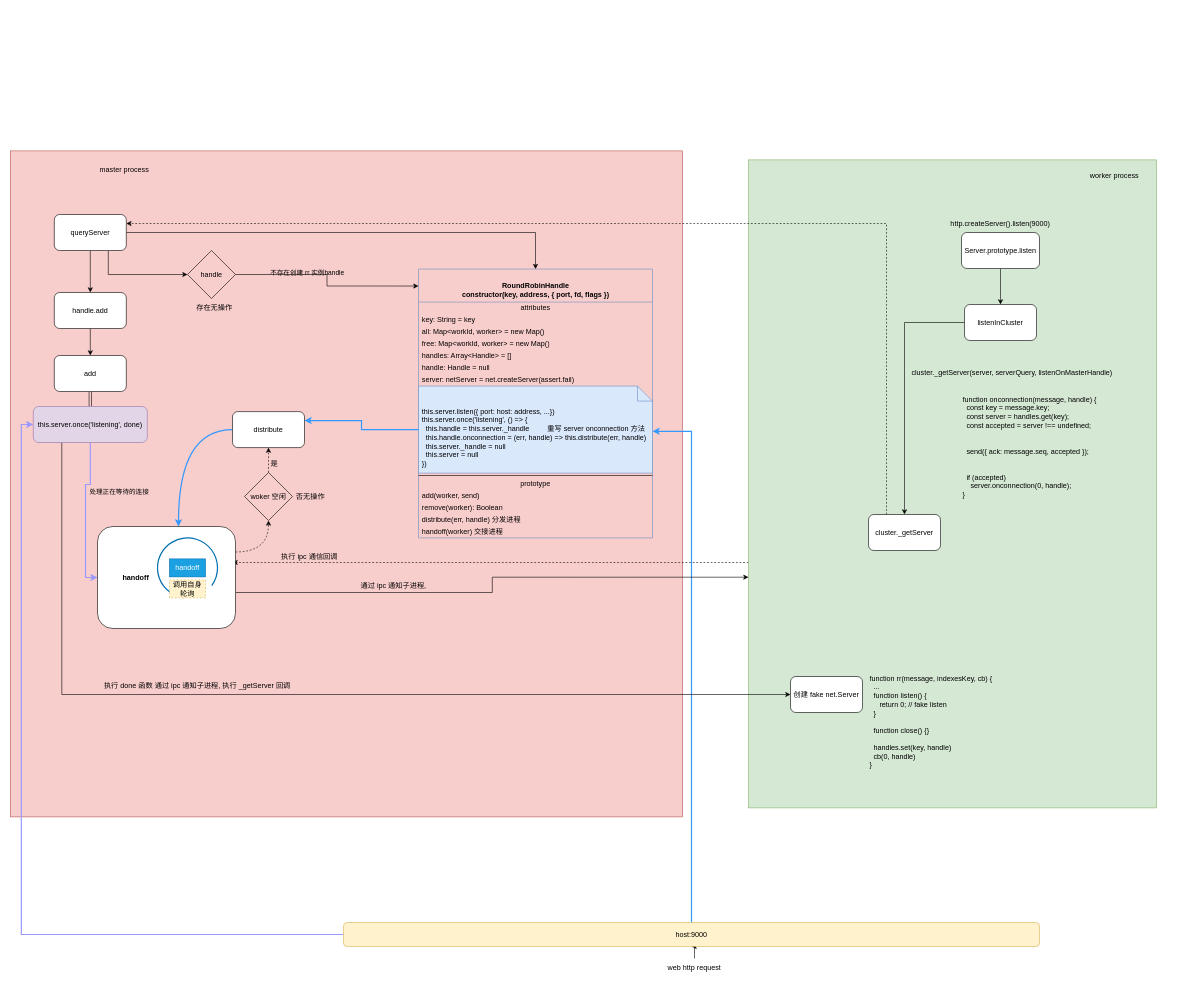
Before: http.createServer in cluster.drawio in sfyr111/draw, a draw.io diagram. Source tidied: cells renumbered, new cells numbered last; positions are measured from the earlier drawing's top-left corner, leaving out a move shared by most shapes. Both pictures are drawn from the tidied source at 60%, with x=0, y=0 at pixel (10, 151).
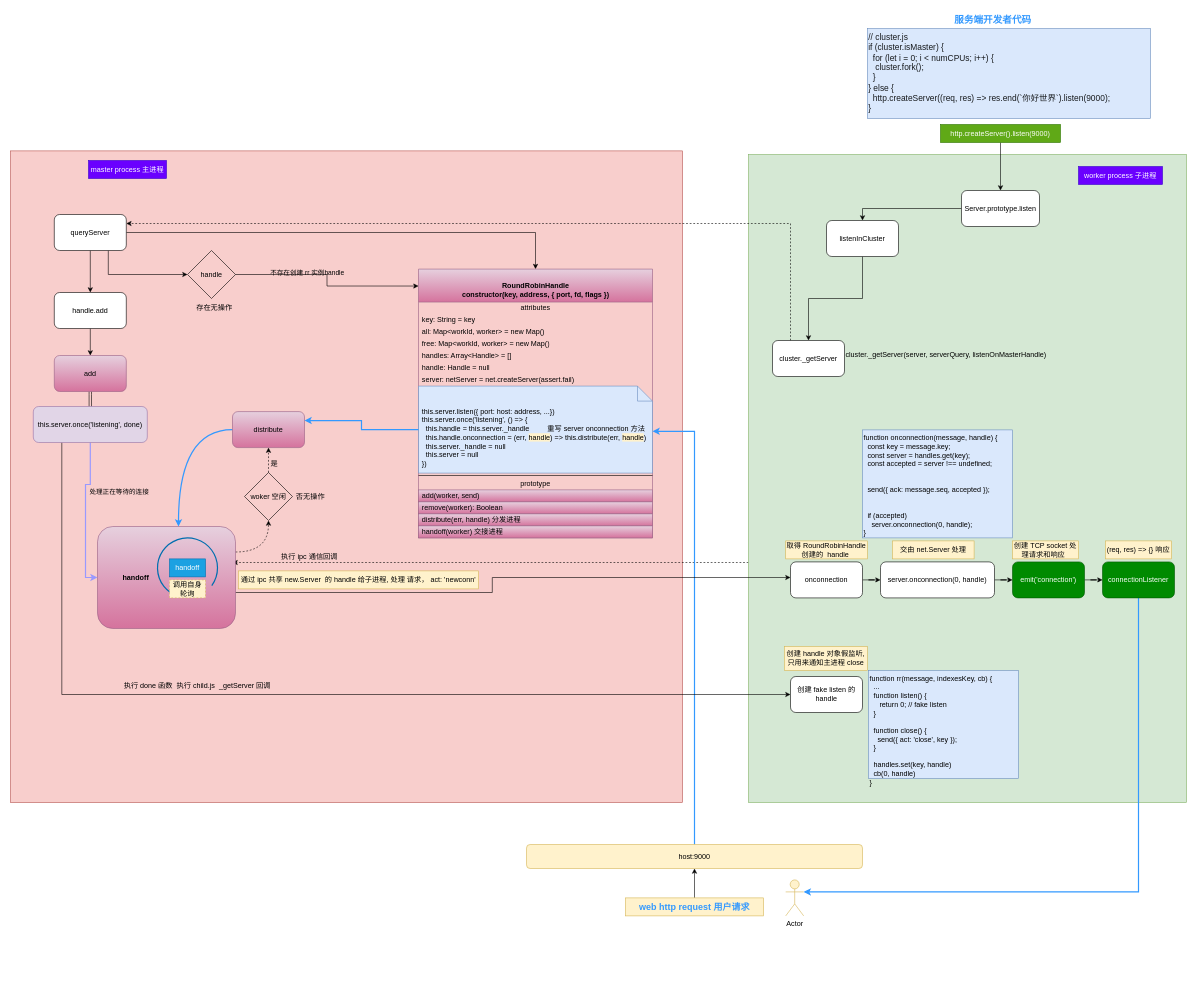
After the change.

The change refers to these unchanged cells:
```xml
<mxCell id="56" value="&lt;span&gt;this.server.once('listening', done)&lt;/span&gt;" style="rounded=1;whiteSpace=wrap;html=1;fillColor=#e1d5e7;strokeColor=#9673a6;" parent="1" vertex="1">
  <mxGeometry x="38" y="426" width="190" height="60" as="geometry" />
</mxCell>
```

The edit, as a diff of the source:
```diff
@@
     <mxCell id="2" style="rounded=0;whiteSpace=wrap;html=1;labelBackgroundColor=none;fillColor=#f8cecc;strokeColor=#b85450;" parent="1" vertex="1">
-      <mxGeometry width="1120" height="1110" as="geometry" />
+      <mxGeometry width="1120" height="1086" as="geometry" />
     </mxCell>
@@
     <mxCell id="4" style="rounded=0;whiteSpace=wrap;html=1;labelBackgroundColor=none;fillColor=#d5e8d4;strokeColor=#82b366;" parent="1" vertex="1">
-      <mxGeometry x="1230" y="15" width="680" height="1080" as="geometry" />
+      <mxGeometry x="1230" y="6" width="730" height="1080" as="geometry" />
     </mxCell>
@@
     <mxCell id="6" value="&lt;span&gt;Server.prototype.listen&lt;/span&gt;" style="rounded=1;whiteSpace=wrap;html=1;" parent="1" vertex="1">
-      <mxGeometry x="1585" y="136" width="130" height="60" as="geometry" />
+      <mxGeometry x="1585" y="66" width="130" height="60" as="geometry" />
     </mxCell>
+    <mxCell id="71" style="edgeStyle=orthogonalEdgeStyle;rounded=0;jettySize=auto;html=1;fontColor=#FFE599;strokeColor=#000000;strokeWidth=1;" parent="1" edge="1" source="7" target="6">
+      <mxGeometry relative="1" as="geometry" />
+    </mxCell>
-    <mxCell id="7" value="http.createServer().listen(9000)" style="text;html=1;strokeColor=none;fillColor=none;align=center;verticalAlign=middle;whiteSpace=wrap;rounded=0;" parent="1" vertex="1">
-      <mxGeometry x="1550" y="106" width="200" height="30" as="geometry" />
+    <mxCell id="7" value="http.createServer().listen(9000)" style="text;html=1;strokeColor=#2D7600;fillColor=#60a917;align=center;verticalAlign=middle;whiteSpace=wrap;rounded=0;fontColor=#ffffff;" parent="1" vertex="1">
+      <mxGeometry x="1550" y="-44" width="200" height="30" as="geometry" />
     </mxCell>
@@
     <mxCell id="9" value="listenInCluster" style="rounded=1;whiteSpace=wrap;html=1;" parent="1" vertex="1">
-      <mxGeometry x="1590" y="256" width="120" height="60" as="geometry" />
+      <mxGeometry x="1360" y="116" width="120" height="60" as="geometry" />
     </mxCell>
@@
     <mxCell id="11" value="cluster._getServer" style="rounded=1;whiteSpace=wrap;html=1;" parent="1" vertex="1">
-      <mxGeometry x="1430" y="606" width="120" height="60" as="geometry" />
+      <mxGeometry x="1270" y="316" width="120" height="60" as="geometry" />
     </mxCell>
     <mxCell id="12" value="cluster._getServer(server, serverQuery, listenOnMasterHandle)" style="text;whiteSpace=wrap;html=1;" parent="1" vertex="1">
-      <mxGeometry x="1500" y="356" width="360" height="30" as="geometry" />
+      <mxGeometry x="1390" y="326" width="360" height="30" as="geometry" />
     </mxCell>
-    <mxCell id="13" value="worker process" style="text;html=1;strokeColor=none;fillColor=none;align=center;verticalAlign=middle;whiteSpace=wrap;rounded=0;labelBackgroundColor=none;fontColor=none;" parent="1" vertex="1">
-      <mxGeometry x="1780" y="26" width="120" height="30" as="geometry" />
+    <mxCell id="13" value="worker process 子进程" style="text;html=1;strokeColor=#3700CC;fillColor=#6a00ff;align=center;verticalAlign=middle;whiteSpace=wrap;rounded=0;labelBackgroundColor=none;fontColor=#ffffff;" parent="1" vertex="1">
+      <mxGeometry x="1780" y="26" width="140" height="30" as="geometry" />
     </mxCell>
@@
-    <mxCell id="18" value="master process" style="text;html=1;strokeColor=none;fillColor=none;align=center;verticalAlign=middle;whiteSpace=wrap;rounded=0;labelBackgroundColor=none;fontColor=none;" parent="1" vertex="1">
-      <mxGeometry x="130" y="16" width="120" height="30" as="geometry" />
+    <mxCell id="18" value="master process 主进程" style="text;html=1;strokeColor=#3700CC;fillColor=#6a00ff;align=center;verticalAlign=middle;whiteSpace=wrap;rounded=0;labelBackgroundColor=none;fontColor=#ffffff;" parent="1" vertex="1">
+      <mxGeometry x="130" y="16" width="130" height="30" as="geometry" />
     </mxCell>
@@
-    <mxCell id="22" value="web http request" style="text;html=1;strokeColor=none;fillColor=none;align=center;verticalAlign=middle;whiteSpace=wrap;rounded=0;labelBackgroundColor=none;fontColor=none;" parent="1" vertex="1">
-      <mxGeometry x="1025" y="1346" width="230" height="30" as="geometry" />
+    <mxCell id="22" value="web http request 用户请求" style="text;html=1;strokeColor=#d6b656;fillColor=#fff2cc;align=center;verticalAlign=middle;whiteSpace=wrap;rounded=0;labelBackgroundColor=none;fontStyle=1;fontSize=15;fontColor=#3399FF;" parent="1" vertex="1">
+      <mxGeometry x="1025" y="1245" width="230" height="30" as="geometry" />
     </mxCell>
@@
-    <mxCell id="24" style="edgeStyle=orthogonalEdgeStyle;rounded=0;jettySize=auto;html=1;entryX=0;entryY=0.5;entryDx=0;entryDy=0;strokeWidth=2;strokeColor=#9999FF;" parent="1" edge="1" source="25" target="56">
-      <mxGeometry relative="1" as="geometry" />
-    </mxCell>
     <mxCell id="25" value="host:9000" style="rounded=1;whiteSpace=wrap;html=1;labelBackgroundColor=none;fillColor=#fff2cc;strokeColor=#d6b656;" parent="1" vertex="1">
-      <mxGeometry x="555" y="1286" width="1160" height="40" as="geometry" />
+      <mxGeometry x="860" y="1156" width="560" height="40" as="geometry" />
     </mxCell>
-    <mxCell id="26" value="function onconnection(message, handle) {&#10;  const key = message.key;&#10;  const server = handles.get(key);&#10;  const accepted = server !== undefined;&#10;&#10;&#10;  send({ ack: message.seq, accepted });&#10;&#10;&#10;  if (accepted)&#10;    server.onconnection(0, handle);&#10;}" style="text;whiteSpace=wrap;html=1;fontColor=none;" parent="1" vertex="1">
-      <mxGeometry x="1585" y="401" width="250" height="180" as="geometry" />
+    <mxCell id="26" value="function onconnection(message, handle) {&#10;  const key = message.key;&#10;  const server = handles.get(key);&#10;  const accepted = server !== undefined;&#10;&#10;&#10;  send({ ack: message.seq, accepted });&#10;&#10;&#10;  if (accepted)&#10;    server.onconnection(0, handle);&#10;}" style="text;whiteSpace=wrap;html=1;fillColor=#dae8fc;strokeColor=#6c8ebf;" parent="1" vertex="1">
+      <mxGeometry x="1420" y="465" width="250" height="180" as="geometry" />
     </mxCell>
-    <mxCell id="27" value="&lt;br&gt;&lt;b&gt;RoundRobinHandle&lt;br&gt;&lt;/b&gt;&lt;b&gt;constructor(key, address, { port, fd, flags })&lt;br&gt;&lt;/b&gt;" style="swimlane;fontStyle=0;align=center;verticalAlign=top;horizontal=1;startSize=55;html=1;fillColor=none;strokeColor=#6c8ebf;" parent="1" vertex="1">
+    <mxCell id="27" value="&lt;br&gt;&lt;b&gt;RoundRobinHandle&lt;br&gt;&lt;/b&gt;&lt;b&gt;constructor(key, address, { port, fd, flags })&lt;br&gt;&lt;/b&gt;" style="swimlane;fontStyle=0;align=center;verticalAlign=top;horizontal=1;startSize=55;html=1;fillColor=#e6d0de;strokeColor=#996185;gradientColor=#d5739d;" parent="1" vertex="1">
       <mxGeometry x="680" y="197" width="390" height="448" as="geometry" />
     </mxCell>
@@
-    <mxCell id="35" value="this.server.listen({ port: host: address, ...})&amp;nbsp; &amp;nbsp; &amp;nbsp; &amp;nbsp;&amp;nbsp;&lt;br&gt;this.server.once('listening', () =&amp;gt; {&lt;br&gt;&amp;nbsp; this.handle = this.server._handle&amp;nbsp; &amp;nbsp; &amp;nbsp; &amp;nbsp; &amp;nbsp;重写 server onconnection 方法&lt;br&gt;&amp;nbsp; this.handle.onconnection = (err, handle) =&amp;gt; this.distribute(err, handle)&lt;br&gt;&amp;nbsp; this.server._handle = null&lt;br&gt;&amp;nbsp; this.server = null&lt;br&gt;})" style="shape=note2;boundedLbl=1;whiteSpace=wrap;html=1;size=25;verticalAlign=top;align=left;horizontal=1;labelPosition=center;verticalLabelPosition=middle;labelBorderColor=none;spacingLeft=4;spacingTop=4;fillColor=#dae8fc;strokeColor=#6c8ebf;" parent="27" vertex="1">
+    <mxCell id="35" value="this.server.listen({ port: host: address, ...})&amp;nbsp; &amp;nbsp; &amp;nbsp; &amp;nbsp;&amp;nbsp;&lt;br&gt;this.server.once('listening', () =&amp;gt; {&lt;br&gt;&amp;nbsp; this.handle = this.server._handle&amp;nbsp; &amp;nbsp; &amp;nbsp; &amp;nbsp; &amp;nbsp;重写 server onconnection 方法&lt;br&gt;&amp;nbsp; this.handle.onconnection = (err, &lt;span style=&quot;background-color: rgb(255 , 242 , 204)&quot;&gt;handle&lt;/span&gt;) =&amp;gt; this.distribute(err, &lt;span style=&quot;background-color: rgb(255 , 242 , 204)&quot;&gt;handle&lt;/span&gt;)&lt;br&gt;&amp;nbsp; this.server._handle = null&lt;br&gt;&amp;nbsp; this.server = null&lt;br&gt;})" style="shape=note2;boundedLbl=1;whiteSpace=wrap;html=1;size=25;verticalAlign=top;align=left;horizontal=1;labelPosition=center;verticalLabelPosition=middle;labelBorderColor=none;spacingLeft=4;spacingTop=4;fillColor=#dae8fc;strokeColor=#6c8ebf;" parent="27" vertex="1">
       <mxGeometry y="195" width="390" height="145" as="geometry" />
     </mxCell>
@@
-    <mxCell id="38" value="add(worker, send)" style="text;html=1;strokeColor=none;fillColor=none;align=left;verticalAlign=middle;spacingLeft=4;spacingRight=4;overflow=hidden;" parent="27" vertex="1">
+    <mxCell id="38" value="add(worker, send)" style="text;html=1;strokeColor=#996185;fillColor=#e6d0de;align=left;verticalAlign=middle;spacingLeft=4;spacingRight=4;overflow=hidden;gradientColor=#d5739d;" parent="27" vertex="1">
       <mxGeometry y="368" width="390" height="20" as="geometry" />
     </mxCell>
-    <mxCell id="39" value="remove(worker): Boolean" style="text;html=1;strokeColor=none;fillColor=none;align=left;verticalAlign=middle;spacingLeft=4;spacingRight=4;overflow=hidden;" parent="27" vertex="1">
+    <mxCell id="39" value="remove(worker): Boolean" style="text;html=1;strokeColor=#996185;fillColor=#e6d0de;align=left;verticalAlign=middle;spacingLeft=4;spacingRight=4;overflow=hidden;gradientColor=#d5739d;" parent="27" vertex="1">
       <mxGeometry y="388" width="390" height="20" as="geometry" />
     </mxCell>
-    <mxCell id="40" value="distribute(err, handle) 分发进程" style="text;html=1;strokeColor=none;fillColor=none;align=left;verticalAlign=middle;spacingLeft=4;spacingRight=4;overflow=hidden;" parent="27" vertex="1">
+    <mxCell id="40" value="distribute(err, handle) 分发进程" style="text;html=1;strokeColor=#996185;fillColor=#e6d0de;align=left;verticalAlign=middle;spacingLeft=4;spacingRight=4;overflow=hidden;gradientColor=#d5739d;" parent="27" vertex="1">
       <mxGeometry y="408" width="390" height="20" as="geometry" />
     </mxCell>
-    <mxCell id="41" value="handoff(worker) 交接进程" style="text;html=1;strokeColor=none;fillColor=none;align=left;verticalAlign=middle;spacingLeft=4;spacingRight=4;overflow=hidden;" parent="27" vertex="1">
+    <mxCell id="41" value="handoff(worker) 交接进程" style="text;html=1;strokeColor=#996185;fillColor=#e6d0de;align=left;verticalAlign=middle;spacingLeft=4;spacingRight=4;overflow=hidden;gradientColor=#d5739d;" parent="27" vertex="1">
       <mxGeometry y="428" width="390" height="20" as="geometry" />
     </mxCell>
@@
-    <mxCell id="43" value="add" style="rounded=1;whiteSpace=wrap;html=1;labelBorderColor=none;" parent="1" vertex="1">
+    <mxCell id="43" value="add" style="rounded=1;whiteSpace=wrap;html=1;labelBorderColor=none;fillColor=#e6d0de;gradientColor=#d5739d;strokeColor=#996185;" parent="1" vertex="1">
       <mxGeometry x="73" y="341" width="120" height="60" as="geometry" />
     </mxCell>
-    <mxCell id="44" style="edgeStyle=orthogonalEdgeStyle;rounded=0;jettySize=auto;html=1;entryX=0;entryY=0.644;entryDx=0;entryDy=0;entryPerimeter=0;strokeColor=#000000;strokeWidth=1;" parent="1" edge="1" source="46" target="4">
+    <mxCell id="44" style="edgeStyle=orthogonalEdgeStyle;rounded=0;jettySize=auto;html=1;strokeColor=#000000;strokeWidth=1;" parent="1" edge="1" source="46" target="73">
       <mxGeometry relative="1" as="geometry">
         <Array as="points">
           <mxPoint x="803" y="736" />
           <mxPoint x="803" y="711" />
         </Array>
       </mxGeometry>
     </mxCell>
@@
-    <mxCell id="46" value="&lt;blockquote style=&quot;margin: 0 0 0 40px ; border: none ; padding: 0px&quot;&gt;&lt;b&gt;handoff&lt;/b&gt;&lt;/blockquote&gt;" style="rounded=1;whiteSpace=wrap;html=1;labelBorderColor=none;align=left;" parent="1" vertex="1">
+    <mxCell id="46" value="&lt;blockquote style=&quot;margin: 0 0 0 40px ; border: none ; padding: 0px&quot;&gt;&lt;b&gt;handoff&lt;/b&gt;&lt;/blockquote&gt;" style="rounded=1;whiteSpace=wrap;html=1;labelBorderColor=none;align=left;fillColor=#e6d0de;gradientColor=#d5739d;strokeColor=#996185;" parent="1" vertex="1">
       <mxGeometry x="145" y="626" width="230" height="170" as="geometry" />
     </mxCell>
@@
-    <mxCell id="48" value="distribute" style="rounded=1;whiteSpace=wrap;html=1;labelBorderColor=none;" parent="1" vertex="1">
+    <mxCell id="48" value="distribute" style="rounded=1;whiteSpace=wrap;html=1;labelBorderColor=none;fillColor=#e6d0de;gradientColor=#d5739d;strokeColor=#996185;" parent="1" vertex="1">
       <mxGeometry x="370" y="434.5" width="120" height="60" as="geometry" />
     </mxCell>
@@
-    <mxCell id="60" value="执行 done 函数 通过 ipc 通知子进程, 执行 _getServer 回调" style="text;html=1;strokeColor=none;fillColor=none;align=center;verticalAlign=middle;whiteSpace=wrap;rounded=0;labelBackgroundColor=none;" parent="1" vertex="1">
+    <mxCell id="60" value="执行 done 函数&amp;nbsp; 执行 child.js&amp;nbsp; _getServer 回调" style="text;html=1;strokeColor=none;fillColor=none;align=center;verticalAlign=middle;whiteSpace=wrap;rounded=0;labelBackgroundColor=none;" parent="1" vertex="1">
       <mxGeometry x="123" y="876" width="377" height="30" as="geometry" />
     </mxCell>
-    <mxCell id="61" value="创建 fake net.Server" style="rounded=1;whiteSpace=wrap;html=1;labelBackgroundColor=none;strokeWidth=1;" parent="1" vertex="1">
+    <mxCell id="61" value="创建 fake listen 的 handle" style="rounded=1;whiteSpace=wrap;html=1;labelBackgroundColor=none;strokeWidth=1;" parent="1" vertex="1">
       <mxGeometry x="1300" y="876" width="120" height="60" as="geometry" />
     </mxCell>
-    <mxCell id="62" value="function rr(message, indexesKey, cb) {&lt;br&gt;&amp;nbsp; ...&lt;br&gt;&amp;nbsp; function listen() {&lt;br&gt;&amp;nbsp; &amp;nbsp; &amp;nbsp;return 0; // fake listen&lt;br&gt;&amp;nbsp; }&lt;br&gt;&lt;br&gt;&amp;nbsp; function close() {}&lt;br&gt;&lt;br&gt;&amp;nbsp; handles.set(key, handle)&lt;br&gt;&amp;nbsp; cb(0, handle)&lt;br&gt;}" style="text;whiteSpace=wrap;html=1;" parent="1" vertex="1">
+    <mxCell id="62" value="function rr(message, indexesKey, cb) {&lt;br&gt;&amp;nbsp; ...&lt;br&gt;&amp;nbsp; function listen() {&lt;br&gt;&amp;nbsp; &amp;nbsp; &amp;nbsp;return 0; // fake listen&lt;br&gt;&amp;nbsp; }&lt;br&gt;&lt;br&gt;&amp;nbsp; function close() {&lt;br&gt;&amp;nbsp; &amp;nbsp;&amp;nbsp;send({ act: 'close', key });&lt;br&gt;&amp;nbsp; }&lt;br&gt;&lt;br&gt;&amp;nbsp; handles.set(key, handle)&lt;br&gt;&amp;nbsp; cb(0, handle)&lt;br&gt;}" style="text;whiteSpace=wrap;html=1;fillColor=#dae8fc;strokeColor=#6c8ebf;" parent="1" vertex="1">
       <mxGeometry x="1430" y="866" width="250" height="180" as="geometry" />
     </mxCell>
-    <mxCell id="63" value="通过 ipc 通知子进程," style="text;html=1;strokeColor=none;fillColor=none;align=center;verticalAlign=middle;whiteSpace=wrap;rounded=0;labelBackgroundColor=none;" parent="1" vertex="1">
-      <mxGeometry x="450" y="710" width="377" height="30" as="geometry" />
+    <mxCell id="63" value="通过 ipc 共享 new.Server&amp;nbsp; 的 handle 给子进程, 处理 请求， act: 'newconn'" style="text;html=1;strokeColor=#d6b656;fillColor=#fff2cc;align=center;verticalAlign=middle;whiteSpace=wrap;rounded=0;labelBackgroundColor=none;" parent="1" vertex="1">
+      <mxGeometry x="380" y="700" width="400" height="30" as="geometry" />
     </mxCell>
@@
+    <mxCell id="72" style="edgeStyle=orthogonalEdgeStyle;rounded=0;jettySize=auto;html=1;fontColor=#FFE599;strokeColor=#000000;strokeWidth=1;" parent="1" edge="1" source="73" target="77">
+      <mxGeometry relative="1" as="geometry" />
+    </mxCell>
+    <mxCell id="73" value="onconnection" style="rounded=1;whiteSpace=wrap;html=1;labelBackgroundColor=none;strokeWidth=1;" parent="1" vertex="1">
+      <mxGeometry x="1300" y="685" width="120" height="60" as="geometry" />
+    </mxCell>
+    <mxCell id="74" value="创建 handle 对象假监听, 只用来通知主进程 close" style="text;html=1;strokeColor=#d6b656;fillColor=#fff2cc;align=center;verticalAlign=middle;whiteSpace=wrap;rounded=0;labelBackgroundColor=none;" parent="1" vertex="1">
+      <mxGeometry x="1290" y="826" width="138" height="40" as="geometry" />
+    </mxCell>
+    <mxCell id="75" value="取得 RoundRobinHandle 创建的&amp;nbsp; handle&amp;nbsp;" style="text;html=1;strokeColor=#d6b656;fillColor=#fff2cc;align=center;verticalAlign=middle;whiteSpace=wrap;rounded=0;labelBackgroundColor=none;" parent="1" vertex="1">
+      <mxGeometry x="1292" y="650" width="136" height="30" as="geometry" />
+    </mxCell>
+    <mxCell id="76" style="edgeStyle=orthogonalEdgeStyle;rounded=0;jettySize=auto;html=1;fontColor=#FFE599;strokeColor=#000000;strokeWidth=1;" parent="1" edge="1" source="77" target="80">
+      <mxGeometry relative="1" as="geometry" />
+    </mxCell>
+    <mxCell id="77" value="server.onconnection(0, handle)" style="rounded=1;whiteSpace=wrap;html=1;labelBackgroundColor=none;strokeWidth=1;" parent="1" vertex="1">
+      <mxGeometry x="1450" y="685" width="190" height="60" as="geometry" />
+    </mxCell>
+    <mxCell id="78" value="交由 net.Server 处理" style="text;html=1;strokeColor=#d6b656;fillColor=#fff2cc;align=center;verticalAlign=middle;whiteSpace=wrap;rounded=0;labelBackgroundColor=none;" parent="1" vertex="1">
+      <mxGeometry x="1470" y="650" width="136" height="30" as="geometry" />
+    </mxCell>
+    <mxCell id="79" style="edgeStyle=orthogonalEdgeStyle;rounded=0;jettySize=auto;html=1;fontColor=#FFE599;strokeColor=#000000;strokeWidth=1;" parent="1" edge="1" source="80" target="82">
+      <mxGeometry relative="1" as="geometry" />
+    </mxCell>
+    <mxCell id="80" value="emit('connection')" style="whiteSpace=wrap;html=1;rounded=1;strokeWidth=1;fillColor=#008a00;strokeColor=#005700;fontColor=#ffffff;" parent="1" vertex="1">
+      <mxGeometry x="1670" y="685" width="120" height="60" as="geometry" />
+    </mxCell>
+    <mxCell id="81" style="edgeStyle=orthogonalEdgeStyle;rounded=0;jettySize=auto;html=1;exitX=0.5;exitY=1;exitDx=0;exitDy=0;entryX=1;entryY=0.3333333333333333;entryDx=0;entryDy=0;entryPerimeter=0;fontSize=15;fontColor=#3399FF;strokeColor=#3399FF;strokeWidth=2;" parent="1" edge="1" source="82" target="85">
+      <mxGeometry relative="1" as="geometry" />
+    </mxCell>
+    <mxCell id="82" value="connectionListener" style="whiteSpace=wrap;html=1;rounded=1;strokeWidth=1;fillColor=#008a00;fontColor=#ffffff;strokeColor=#005700;" parent="1" vertex="1">
+      <mxGeometry x="1820" y="685" width="120" height="60" as="geometry" />
+    </mxCell>
+    <mxCell id="83" value="创建 TCP socket 处理请求和响应&amp;nbsp;&amp;nbsp;" style="text;html=1;strokeColor=#d6b656;fillColor=#fff2cc;align=center;verticalAlign=middle;whiteSpace=wrap;rounded=0;labelBackgroundColor=none;" parent="1" vertex="1">
+      <mxGeometry x="1670" y="650" width="110" height="30" as="geometry" />
+    </mxCell>
+    <mxCell id="84" value="(req, res) =&amp;gt; {} 响应" style="text;html=1;strokeColor=#d6b656;fillColor=#fff2cc;align=center;verticalAlign=middle;whiteSpace=wrap;rounded=0;labelBackgroundColor=none;" parent="1" vertex="1">
+      <mxGeometry x="1825" y="650" width="110" height="30" as="geometry" />
+    </mxCell>
+    <mxCell id="85" value="Actor" style="shape=umlActor;verticalLabelPosition=bottom;verticalAlign=top;html=1;outlineConnect=0;labelBackgroundColor=none;strokeColor=#d6b656;strokeWidth=1;fillColor=#fff2cc;" parent="1" vertex="1">
+      <mxGeometry x="1292" y="1215" width="30" height="60" as="geometry" />
+    </mxCell>
+    <mxCell id="86" value="&lt;span style=&quot;color: rgb(23 , 26 , 29) ; font-size: 14px&quot;&gt;// cluster.js&lt;br&gt;if (cluster.isMaster) {&lt;/span&gt;&lt;br style=&quot;box-sizing: border-box ; color: rgb(23 , 26 , 29) ; font-size: 14px&quot;&gt;&lt;span style=&quot;color: rgb(23 , 26 , 29) ; font-size: 14px&quot;&gt;&amp;nbsp; for (let i = 0; i &amp;lt; numCPUs; i++) {&lt;br&gt;&amp;nbsp; &amp;nbsp;cluster.fork();&lt;/span&gt;&lt;br style=&quot;box-sizing: border-box ; color: rgb(23 , 26 , 29) ; font-size: 14px&quot;&gt;&lt;span style=&quot;color: rgb(23 , 26 , 29) ; font-size: 14px&quot;&gt;&amp;nbsp; }&lt;/span&gt;&lt;br style=&quot;box-sizing: border-box ; color: rgb(23 , 26 , 29) ; font-size: 14px&quot;&gt;&lt;span style=&quot;color: rgb(23 , 26 , 29) ; font-size: 14px&quot;&gt;} else {&lt;/span&gt;&lt;br style=&quot;box-sizing: border-box ; color: rgb(23 , 26 , 29) ; font-size: 14px&quot;&gt;&lt;span style=&quot;color: rgb(23 , 26 , 29) ; font-size: 14px&quot;&gt;&amp;nbsp; http.createServer((req, res) =&amp;gt; res.end(`你好世界`).listen(9000);&lt;/span&gt;&lt;br style=&quot;box-sizing: border-box ; color: rgb(23 , 26 , 29) ; font-size: 14px&quot;&gt;&lt;span style=&quot;color: rgb(23 , 26 , 29) ; font-size: 14px&quot;&gt;}&lt;/span&gt;" style="text;whiteSpace=wrap;html=1;fillColor=#dae8fc;strokeColor=#6c8ebf;" parent="1" vertex="1">
+      <mxGeometry x="1428" y="-204" width="472" height="150" as="geometry" />
+    </mxCell>
+    <mxCell id="87" value="服务端开发者代码" style="text;html=1;strokeColor=none;fillColor=none;align=center;verticalAlign=middle;whiteSpace=wrap;rounded=0;labelBackgroundColor=none;fontColor=#3399FF;fontStyle=1;fontSize=16;" parent="1" vertex="1">
+      <mxGeometry x="1550" y="-234" width="175" height="30" as="geometry" />
+    </mxCell>
```
